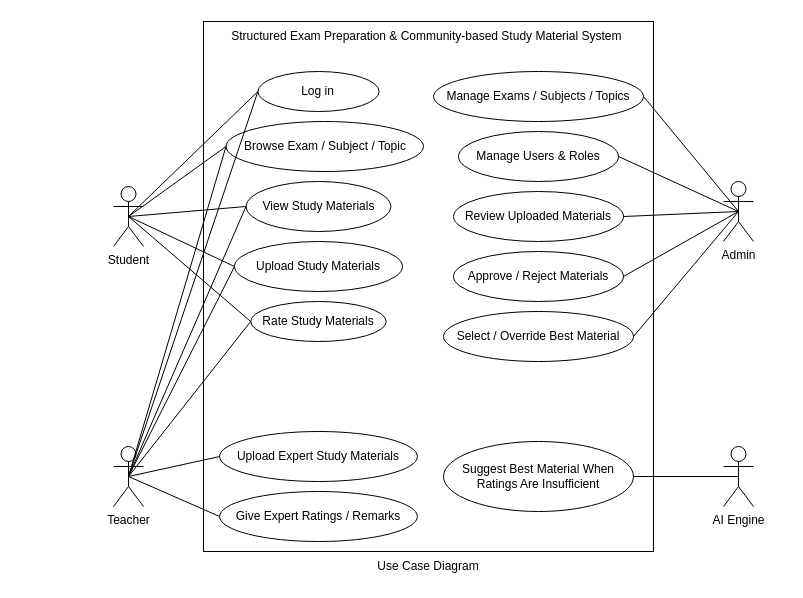
Earlier version of the draw.io diagram page "Use Case Diagram" (1 of 7) of docs/system-diagrams.drawio (SayanMondal-1643/PeerPrep). Source tidied: cells renumbered, new cells numbered last; positions are measured from the earlier drawing's top-left corner, leaving out a move shared by most shapes. Both pictures are drawn from the tidied source at 100%, with x=0, y=0 at pixel (113, 21).
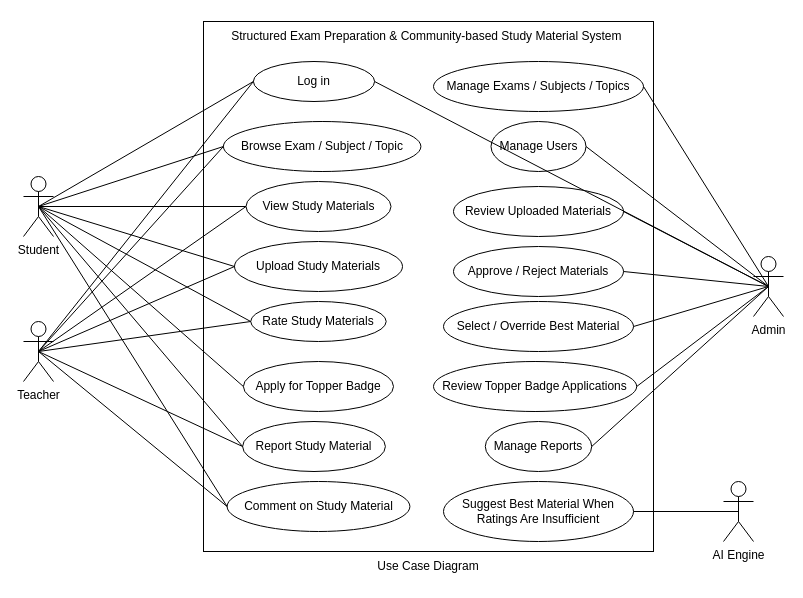
After the change.

Diff of the diagram source:
```diff
@@
     <mxCell id="3" value="Student" style="shape=umlActor;verticalLabelPosition=bottom;verticalAlign=top;html=1;" parent="1" vertex="1">
-      <mxGeometry y="165" width="30" height="60" as="geometry" />
+      <mxGeometry x="-90" y="155" width="30" height="60" as="geometry" />
     </mxCell>
     <mxCell id="4" value="Teacher" style="shape=umlActor;verticalLabelPosition=bottom;verticalAlign=top;html=1;" parent="1" vertex="1">
-      <mxGeometry y="425" width="30" height="60" as="geometry" />
+      <mxGeometry x="-90" y="300" width="30" height="60" as="geometry" />
     </mxCell>
     <mxCell id="5" value="Admin" style="shape=umlActor;verticalLabelPosition=bottom;verticalAlign=top;html=1;" parent="1" vertex="1">
-      <mxGeometry x="610" y="160" width="30" height="60" as="geometry" />
+      <mxGeometry x="640" y="235" width="30" height="60" as="geometry" />
     </mxCell>
     <mxCell id="6" value="Log in" style="ellipse;whiteSpace=wrap;html=1;" parent="1" vertex="1">
-      <mxGeometry x="144.4" y="50" width="121.2" height="40" as="geometry" />
+      <mxGeometry x="139.9" y="40" width="121.2" height="40" as="geometry" />
     </mxCell>
     <mxCell id="7" value="Browse Exam / Subject / Topic" style="ellipse;whiteSpace=wrap;html=1;" parent="1" vertex="1">
-      <mxGeometry x="112.5" y="100" width="197.5" height="50" as="geometry" />
+      <mxGeometry x="109.9" y="100" width="197.5" height="50" as="geometry" />
     </mxCell>
@@
-    <mxCell id="11" value="Upload Expert Study Materials" style="ellipse;whiteSpace=wrap;html=1;" parent="1" vertex="1">
-      <mxGeometry x="106.1" y="410" width="197.8" height="50" as="geometry" />
-    </mxCell>
-    <mxCell id="12" value="Give Expert Ratings / Remarks" style="ellipse;whiteSpace=wrap;html=1;" parent="1" vertex="1">
-      <mxGeometry x="106.1" y="470" width="197.8" height="50" as="geometry" />
-    </mxCell>
     <mxCell id="13" value="Manage Exams / Subjects / Topics" style="ellipse;whiteSpace=wrap;html=1;" parent="1" vertex="1">
-      <mxGeometry x="320" y="50" width="210" height="50" as="geometry" />
+      <mxGeometry x="320" y="40" width="210" height="50" as="geometry" />
     </mxCell>
-    <mxCell id="14" value="Manage Users &amp;amp; Roles" style="ellipse;whiteSpace=wrap;html=1;" parent="1" vertex="1">
-      <mxGeometry x="345" y="110" width="160" height="50" as="geometry" />
+    <mxCell id="14" value="Manage Users" style="ellipse;whiteSpace=wrap;html=1;" parent="1" vertex="1">
+      <mxGeometry x="377.5" y="100" width="95" height="50" as="geometry" />
     </mxCell>
     <mxCell id="15" value="Review Uploaded Materials" style="ellipse;whiteSpace=wrap;html=1;" parent="1" vertex="1">
-      <mxGeometry x="340" y="170" width="170" height="50" as="geometry" />
+      <mxGeometry x="340" y="165" width="170" height="50" as="geometry" />
     </mxCell>
     <mxCell id="16" value="Approve / Reject Materials" style="ellipse;whiteSpace=wrap;html=1;" parent="1" vertex="1">
-      <mxGeometry x="340" y="230" width="170" height="50" as="geometry" />
+      <mxGeometry x="340" y="225" width="170" height="50" as="geometry" />
     </mxCell>
     <mxCell id="17" value="Select / Override Best Material" style="ellipse;whiteSpace=wrap;html=1;" parent="1" vertex="1">
-      <mxGeometry x="330" y="290" width="190" height="50" as="geometry" />
+      <mxGeometry x="330" y="280" width="190" height="50" as="geometry" />
     </mxCell>
     <mxCell id="18" value="AI Engine" style="shape=umlActor;verticalLabelPosition=bottom;verticalAlign=top;html=1;" parent="1" vertex="1">
-      <mxGeometry x="610" y="425" width="30" height="60" as="geometry" />
+      <mxGeometry x="610" y="460" width="30" height="60" as="geometry" />
     </mxCell>
     <mxCell id="19" value="Suggest Best Material When Ratings Are Insufficient" style="ellipse;whiteSpace=wrap;html=1;" parent="1" vertex="1">
-      <mxGeometry x="330" y="420" width="190" height="70" as="geometry" />
+      <mxGeometry x="330" y="460" width="190" height="60" as="geometry" />
     </mxCell>
-    <mxCell id="20" style="endArrow=none;html=1;rounded=0;entryX=0;entryY=0.5;entryDx=0;entryDy=0;" parent="1" edge="1" target="6">
-      <mxGeometry relative="1" as="geometry">
-        <mxPoint x="15" y="195" as="sourcePoint" />
-      </mxGeometry>
+    <mxCell id="20" style="endArrow=none;html=1;rounded=0;entryX=0;entryY=0.5;entryDx=0;entryDy=0;exitX=0.5;exitY=0.5;exitDx=0;exitDy=0;exitPerimeter=0;" parent="1" edge="1" source="3" target="6">
+      <mxGeometry relative="1" as="geometry" />
     </mxCell>
@@
-    <mxCell id="30" style="endArrow=none;html=1;rounded=0;entryX=0;entryY=0.5;entryDx=0;entryDy=0;exitX=0.5;exitY=0.5;exitDx=0;exitDy=0;exitPerimeter=0;" parent="1" edge="1" source="4" target="11">
-      <mxGeometry relative="1" as="geometry" />
-    </mxCell>
-    <mxCell id="31" style="endArrow=none;html=1;rounded=0;entryX=0;entryY=0.5;entryDx=0;entryDy=0;exitX=0.5;exitY=0.5;exitDx=0;exitDy=0;exitPerimeter=0;" parent="1" edge="1" source="4" target="12">
-      <mxGeometry relative="1" as="geometry" />
-    </mxCell>
@@
+    <mxCell id="40" value="Report Study Material" style="ellipse;whiteSpace=wrap;html=1;" parent="1" vertex="1">
+      <mxGeometry x="129.1" y="400" width="142.8" height="50" as="geometry" />
+    </mxCell>
+    <mxCell id="41" value="Comment on Study Material" style="ellipse;whiteSpace=wrap;html=1;" parent="1" vertex="1">
+      <mxGeometry x="113.6" y="460" width="182.8" height="50" as="geometry" />
+    </mxCell>
+    <mxCell id="42" value="Apply for Topper Badge" style="ellipse;whiteSpace=wrap;html=1;" parent="1" vertex="1">
+      <mxGeometry x="129.9" y="340" width="150.1" height="50" as="geometry" />
+    </mxCell>
+    <mxCell id="43" value="Review Topper Badge Applications" style="ellipse;whiteSpace=wrap;html=1;" parent="1" vertex="1">
+      <mxGeometry x="320" y="340" width="203.2" height="50" as="geometry" />
+    </mxCell>
+    <mxCell id="44" value="Manage Reports" style="ellipse;whiteSpace=wrap;html=1;" parent="1" vertex="1">
+      <mxGeometry x="371.8" y="400" width="106.4" height="50" as="geometry" />
+    </mxCell>
+    <mxCell id="45" style="endArrow=none;html=1;rounded=0;entryX=0;entryY=0.5;entryDx=0;entryDy=0;exitX=0.5;exitY=0.5;exitDx=0;exitDy=0;exitPerimeter=0;" parent="1" edge="1" source="3" target="42">
+      <mxGeometry relative="1" as="geometry" />
+    </mxCell>
+    <mxCell id="46" style="endArrow=none;html=1;rounded=0;entryX=0;entryY=0.5;entryDx=0;entryDy=0;exitX=0.5;exitY=0.5;exitDx=0;exitDy=0;exitPerimeter=0;" parent="1" edge="1" source="3" target="40">
+      <mxGeometry relative="1" as="geometry" />
+    </mxCell>
+    <mxCell id="47" style="endArrow=none;html=1;rounded=0;entryX=0;entryY=0.5;entryDx=0;entryDy=0;exitX=0.5;exitY=0.5;exitDx=0;exitDy=0;exitPerimeter=0;" parent="1" edge="1" source="3" target="41">
+      <mxGeometry relative="1" as="geometry" />
+    </mxCell>
+    <mxCell id="48" style="endArrow=none;html=1;rounded=0;entryX=0;entryY=0.5;entryDx=0;entryDy=0;exitX=0.5;exitY=0.5;exitDx=0;exitDy=0;exitPerimeter=0;" parent="1" edge="1" source="4" target="40">
+      <mxGeometry relative="1" as="geometry" />
+    </mxCell>
+    <mxCell id="49" style="endArrow=none;html=1;rounded=0;entryX=0;entryY=0.5;entryDx=0;entryDy=0;exitX=0.5;exitY=0.5;exitDx=0;exitDy=0;exitPerimeter=0;" parent="1" edge="1" source="4" target="41">
+      <mxGeometry relative="1" as="geometry" />
+    </mxCell>
+    <mxCell id="50" style="endArrow=none;html=1;rounded=0;entryX=0.5;entryY=0.5;entryDx=0;entryDy=0;exitX=1;exitY=0.5;exitDx=0;exitDy=0;entryPerimeter=0;" parent="1" edge="1" source="43" target="5">
+      <mxGeometry relative="1" as="geometry" />
+    </mxCell>
+    <mxCell id="51" style="endArrow=none;html=1;rounded=0;entryX=0.5;entryY=0.5;entryDx=0;entryDy=0;exitX=1;exitY=0.5;exitDx=0;exitDy=0;entryPerimeter=0;" parent="1" edge="1" source="44" target="5">
+      <mxGeometry relative="1" as="geometry" />
+    </mxCell>
+    <mxCell id="52" style="endArrow=none;html=1;rounded=0;entryX=1;entryY=0.5;entryDx=0;entryDy=0;exitX=0.5;exitY=0.5;exitDx=0;exitDy=0;exitPerimeter=0;" parent="1" edge="1" source="5" target="6">
+      <mxGeometry relative="1" as="geometry" />
+    </mxCell>
```
